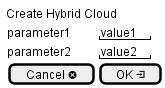
Earlier version of the PlantUML export docs/UseCases/Manage-Cloud/Create-Hybrid-CloudWeb.png (CAADE/edgeville). Its source is kept beside it as docs/UseCases/Manage-Cloud/Create-Hybrid-CloudWeb.puml.
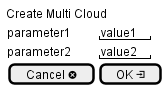
Later version of the same file.

The edit, as a diff of the source:
```diff
@@ -2,7 +2,7 @@
 
 salt
 {
-  Create Hybrid Cloud
+  Create Multi Cloud
   {
       parameter1 | "value1"
       parameter2 | "value2"
```
